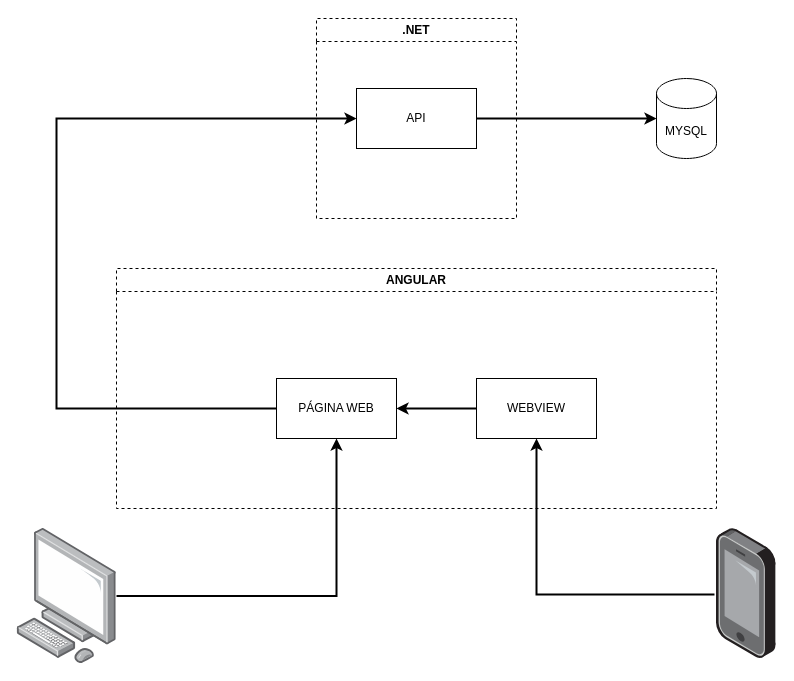
This is Arquitetura.drawio from DescarTec/descartec-tcc, a draw.io file, before an edit. Source tidied: cells renumbered, new cells numbered last; positions are measured from the earlier drawing's top-left corner, leaving out a move shared by most shapes. Both pictures are drawn from the tidied source at 100%, with x=0, y=0 at pixel (16, 18).
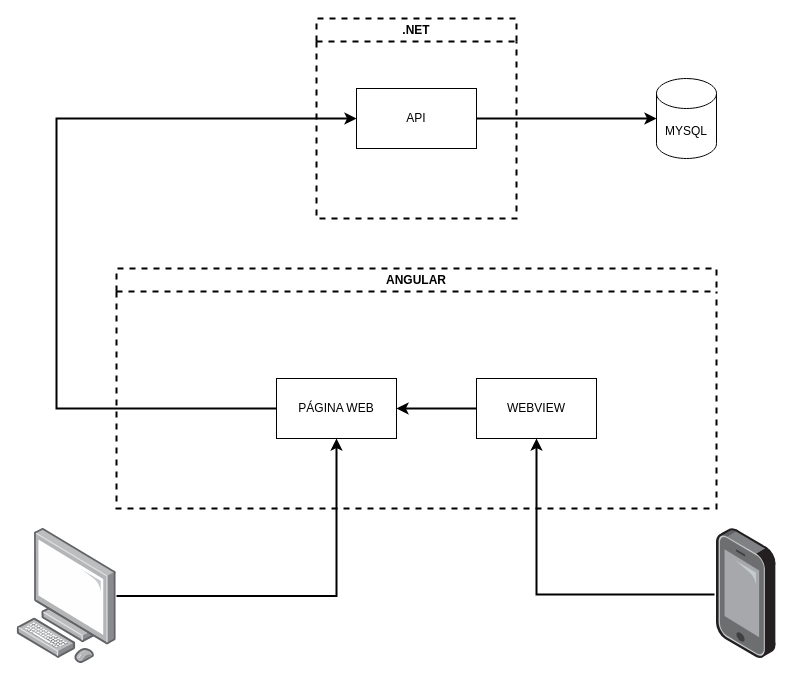
After the change.

The edit, as a diff of the source:
```diff
@@
-<mxGraphModel>
+<mxGraphModel background="#ffffff">
   <root>
     <mxCell id="0" />
     <mxCell id="1" parent="0" />
-    <mxCell id="2" value=".NET" style="swimlane;whiteSpace=wrap;html=1;dashed=1;" parent="1" vertex="1">
+    <mxCell id="2" value=".NET" style="swimlane;whiteSpace=wrap;html=1;dashed=1;strokeWidth=2;" parent="1" vertex="1">
       <mxGeometry x="300" width="200" height="200" as="geometry" />
     </mxCell>
     <mxCell id="3" value="API" style="rounded=0;whiteSpace=wrap;html=1;" parent="2" vertex="1">
       <mxGeometry x="40" y="70" width="120" height="60" as="geometry" />
     </mxCell>
-    <mxCell id="4" value="&lt;div&gt;ANGULAR&lt;/div&gt;" style="swimlane;whiteSpace=wrap;html=1;dashed=1;" parent="1" vertex="1">
+    <mxCell id="4" value="&lt;div&gt;ANGULAR&lt;/div&gt;" style="swimlane;whiteSpace=wrap;html=1;dashed=1;strokeWidth=2;" parent="1" vertex="1">
       <mxGeometry x="100" y="250" width="600" height="240" as="geometry" />
     </mxCell>
     <mxCell id="5" style="edgeStyle=orthogonalEdgeStyle;rounded=0;jettySize=auto;html=1;exitX=0;exitY=0.5;exitDx=0;exitDy=0;entryX=1;entryY=0.5;entryDx=0;entryDy=0;strokeWidth=2;" parent="4" edge="1" source="6" target="7">
       <mxGeometry relative="1" as="geometry" />
     </mxCell>
     <mxCell id="6" value="WEBVIEW" style="rounded=0;whiteSpace=wrap;html=1;" parent="4" vertex="1">
       <mxGeometry x="360" y="110" width="120" height="60" as="geometry" />
     </mxCell>
     <mxCell id="7" value="PÁGINA WEB" style="rounded=0;whiteSpace=wrap;html=1;" parent="4" vertex="1">
       <mxGeometry x="160" y="110" width="120" height="60" as="geometry" />
     </mxCell>
     <mxCell id="8" style="edgeStyle=orthogonalEdgeStyle;rounded=0;jettySize=auto;html=1;entryX=0.5;entryY=1;entryDx=0;entryDy=0;exitX=-0.034;exitY=0.508;exitDx=0;exitDy=0;exitPerimeter=0;strokeWidth=2;" parent="1" edge="1" source="9" target="6">
       <mxGeometry relative="1" as="geometry" />
     </mxCell>
     <mxCell id="9" style="image;points=[];html=1;align=center;shadow=0;dashed=0;image=img/lib/allied_telesis/computer_and_terminals/Smartphone.svg;" parent="1" vertex="1">
       <mxGeometry x="700" y="510" width="59.6" height="130" as="geometry" />
     </mxCell>
     <mxCell id="10" style="edgeStyle=orthogonalEdgeStyle;rounded=0;jettySize=auto;html=1;entryX=0.5;entryY=1;entryDx=0;entryDy=0;strokeWidth=2;" parent="1" edge="1" source="11" target="7">
       <mxGeometry relative="1" as="geometry" />
     </mxCell>
     <mxCell id="11" style="image;points=[];html=1;align=center;shadow=0;dashed=0;image=img/lib/allied_telesis/computer_and_terminals/Personal_Computer.svg;" parent="1" vertex="1">
       <mxGeometry x="0.4" y="510" width="99.6" height="135" as="geometry" />
     </mxCell>
     <mxCell id="12" value="MYSQL" style="shape=cylinder3;whiteSpace=wrap;html=1;boundedLbl=1;backgroundOutline=1;size=15;" parent="1" vertex="1">
       <mxGeometry x="640" y="60" width="60" height="80" as="geometry" />
     </mxCell>
     <mxCell id="13" style="edgeStyle=orthogonalEdgeStyle;rounded=0;jettySize=auto;html=1;exitX=0;exitY=0.5;exitDx=0;exitDy=0;entryX=0;entryY=0.5;entryDx=0;entryDy=0;strokeWidth=2;" parent="1" edge="1" source="7" target="3">
       <mxGeometry relative="1" as="geometry">
         <Array as="points">
           <mxPoint x="40" y="390" />
           <mxPoint x="40" y="100" />
         </Array>
       </mxGeometry>
     </mxCell>
     <mxCell id="14" style="edgeStyle=orthogonalEdgeStyle;rounded=0;jettySize=auto;html=1;exitX=1;exitY=0.5;exitDx=0;exitDy=0;entryX=0;entryY=0.5;entryDx=0;entryDy=0;entryPerimeter=0;strokeWidth=2;" parent="1" edge="1" source="3" target="12">
       <mxGeometry relative="1" as="geometry" />
     </mxCell>
   </root>
 </mxGraphModel>
```
